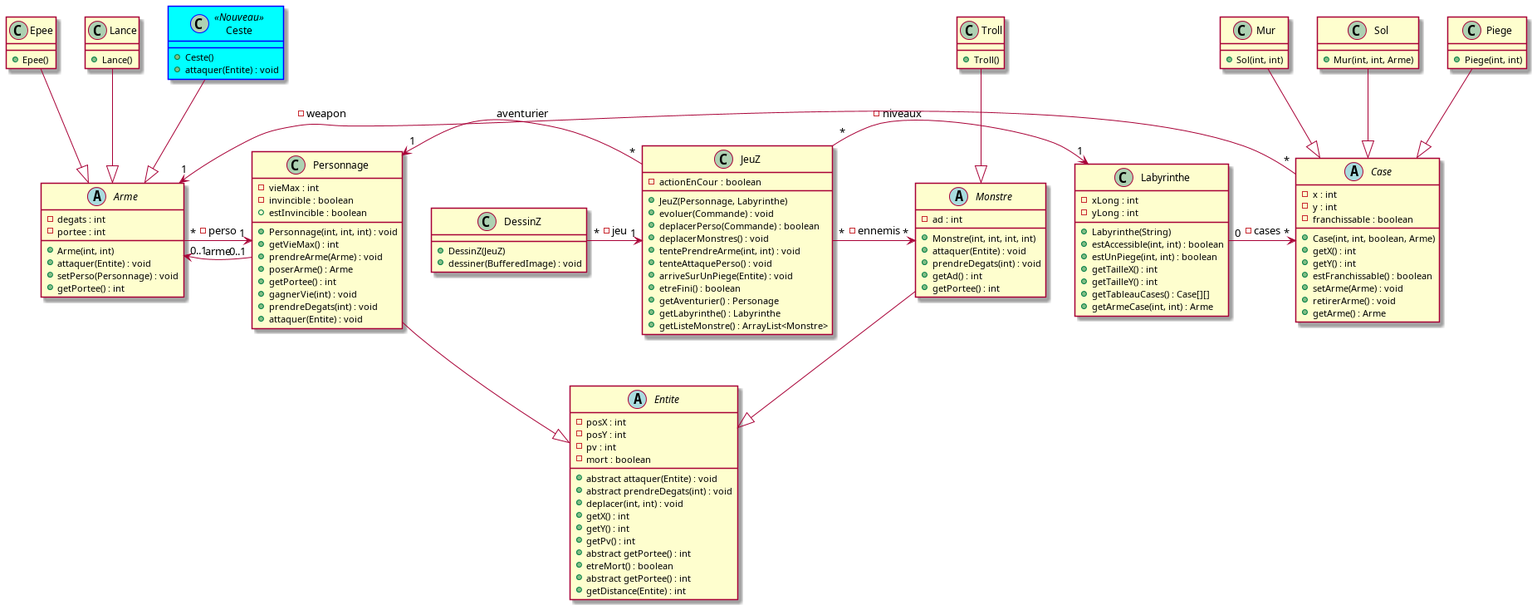
Earlier version of the PlantUML export documents/version_5/umlClasses.png (Alex-Michelet/2021_COO_Zeldiablo_Cordurie_Sacquard_Michelet_Kone_Becker).
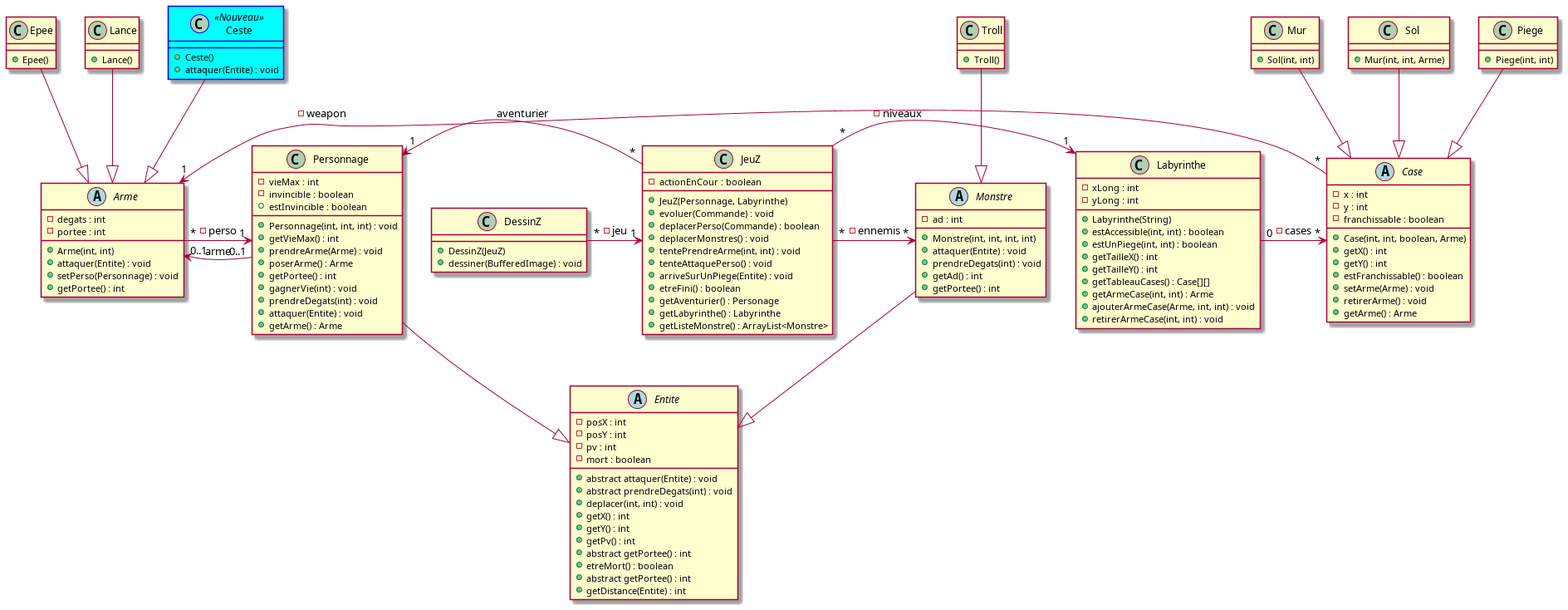
The same file after the commit.

The edit, as a diff of the source:
```diff
@@ -34,6 +34,7 @@
 + prendreDegats(int) : void
 + attaquer(Entite) : void
 + estInvincible : boolean
++ getArme() : Arme
 }
 
 abstract class Case{
@@ -59,6 +60,8 @@
 + getTailleY() : int
 + getTableauCases() : Case[][]
 + getArmeCase(int, int) : Arme
++ ajouterArmeCase(Arme, int, int) : void
++ retirerArmeCase(int, int) : void
 }
 
 class DessinZ{
```
